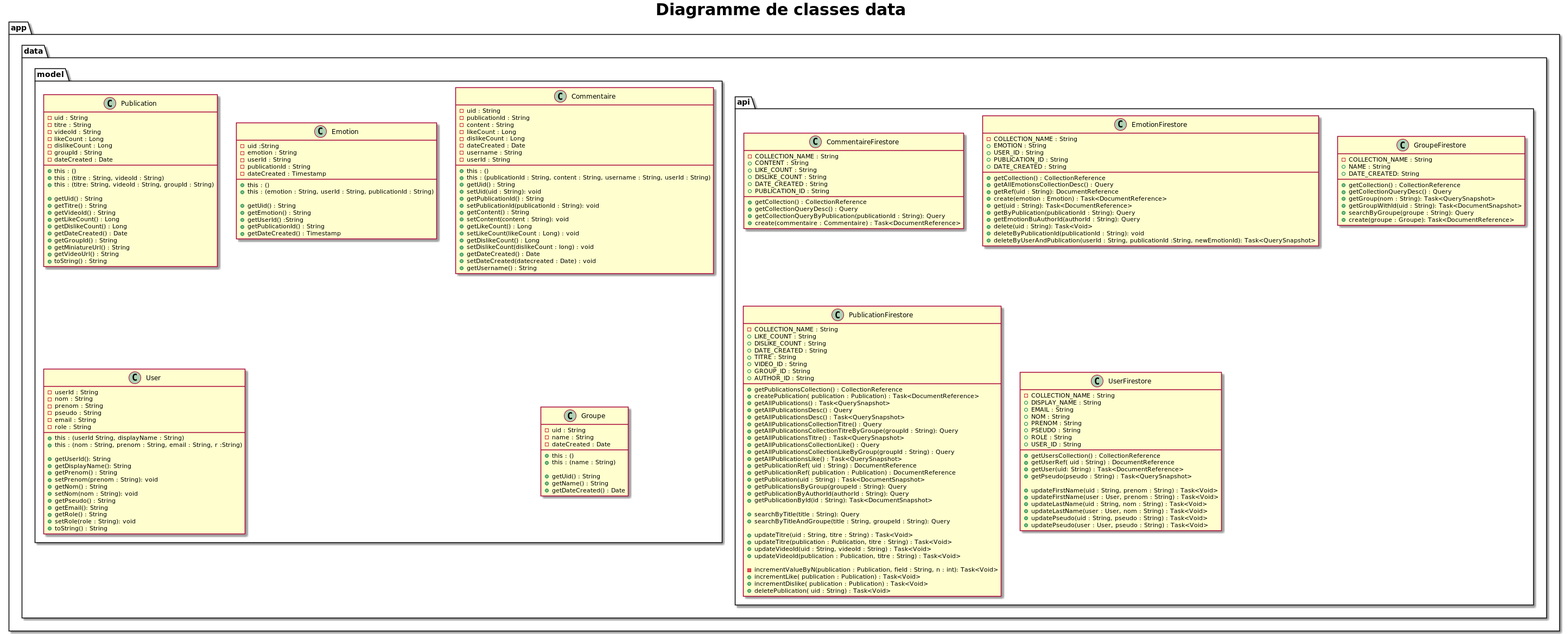
This is app/docs/asciidoc/images/modeldata.png from SefkanTas/Sonofy, a PlantUML export, as it was before one commit.
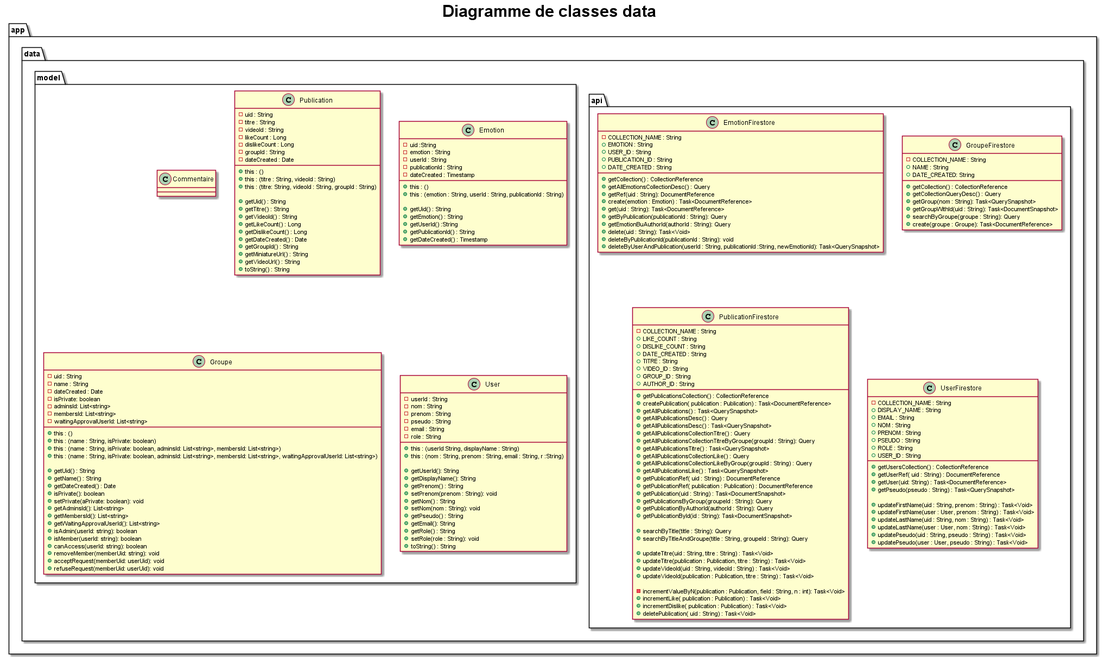
After the commit.

Change to the diagram source:
```diff
@@ -5,20 +5,6 @@
  package data {
 
         package api{
-
-            class CommentaireFirestore{
-                - COLLECTION_NAME : String
-                + CONTENT : String
-                + LIKE_COUNT : String
-                + DISLIKE_COUNT : String
-                + DATE_CREATED : String
-                + PUBLICATION_ID : String
-
-                + getCollection() : CollectionReference
-                + getCollectionQueryDesc() : Query
-                + getCollectionQueryByPublication(publicationId : String): Query
-                + create(commentaire : Commentaire) : Task<DocumentReference>
-            }
 
             class EmotionFirestore{
                 - COLLECTION_NAME : String
@@ -124,34 +110,6 @@
 
         package model{
 
-            class Commentaire{
-                - uid : String
-                - publicationId : String
-                - content : String
-                - likeCount : Long
-                - dislikeCount : Long
-                - dateCreated : Date
-                - username : String
-                - userId : String
-
-                + this : ()
-                + this : (publicationId : String, content : String, username : String, userId : String)
-                + getUid() : String
-                + setUid(uid : String): void
-                + getPublicationId() : String
-                + setPublicationId(publicationId : String): void
-                + getContent() : String
-                + setContent(content : String): void
-                + getLikeCount() : Long
-                + setLikeCount(likeCount : Long) : void
-                + getDislikeCount() : Long
-                + setDislikeCount(dislikeCount : long) : void
-                + getDateCreated() : Date
-                + setDateCreated(datecreated : Date) : void
-                + getUsername() : String
-            }
-
-
             class Emotion{
                 - uid :String
                 - emotion : String
@@ -173,13 +131,30 @@
                 - uid : String
                 - name : String
                 - dateCreated : Date
+                - isPrivate: boolean
+                - adminsId: List<string>
+                - membersId: List<string>
+                - waitingApprovalUserId: List<string>
 
                 + this : ()
-                + this : (name : String)
+                + this : (name : String, isPrivate: boolean)
+                + this : (name : String, isPrivate: boolean, adminsId: List<string>, membersId: List<string>)
+                + this : (name : String, isPrivate: boolean, adminsId: List<string>, membersId: List<string>, waitingApprovalUserId: List<string>)
 
                 + getUid() : String
                 + getName() : String
                 + getDateCreated() : Date
+                + isPrivate(): boolean
+                + setPrivate(aPrivate: boolean): void
+                + getAdminsId(): List<string>
+                + getMembersId(): List<string>
+                + getWaitingApprovalUserId(): List<string>
+                + isAdmin(userId: string): boolean
+                + isMember(userId: string): boolean
+                + canAccess(userId: string): boolean
+                + removeMember(memberUid: string): void
+                + acceptRequest(memberUid: userUid): void
+                + refuseRequest(memberUid: userUid): void
             }
 
             class Publication{
```
